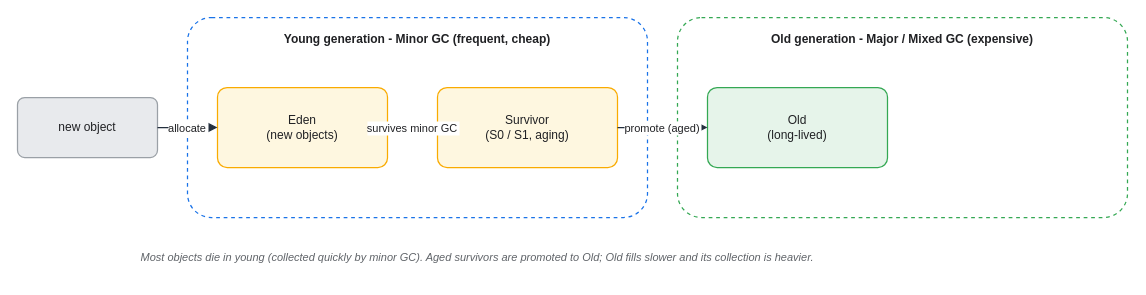
The draw.io diagram assets/img/jvm/jvm-07-gc-generational.drawio in KKamJi98/kkamji98.github.io, before the edit. Source tidied: cells renumbered, new cells numbered last; positions are measured from the earlier drawing's top-left corner, leaving out a move shared by most shapes. Both pictures are drawn from the tidied source at 100%, with x=0, y=0 at pixel (17, 17).
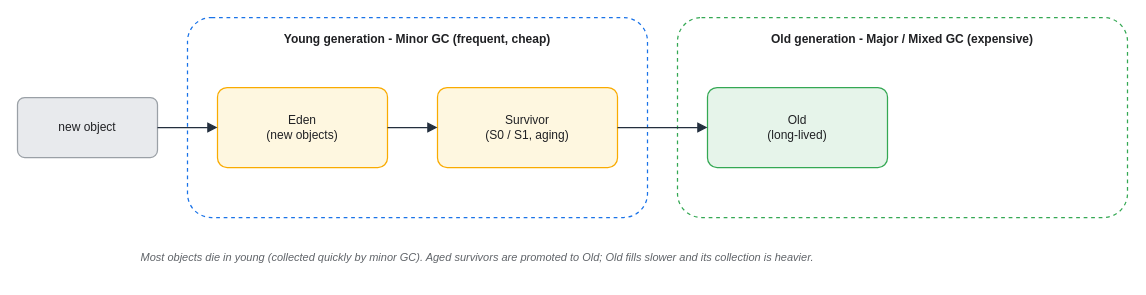
The same diagram, later.

What changed in the source:
```diff
@@
 <mxGraphModel background="#FFFFFF">
   <root>
     <mxCell id="0" />
     <mxCell id="1" parent="0" />
     <mxCell id="2" value="Young generation  -  Minor GC (frequent, cheap)" style="rounded=1;whiteSpace=wrap;html=0;arcSize=12;shadow=0;fillColor=#FFFFFF;strokeColor=#1A73E8;fontColor=#202124;fontStyle=1;verticalAlign=top;align=center;dashed=1;spacingTop=8;strokeWidth=1.25;" parent="1" vertex="1">
       <mxGeometry x="170" width="460" height="200" as="geometry" />
     </mxCell>
     <mxCell id="3" value="Old generation  -  Major / Mixed GC (expensive)" style="rounded=1;whiteSpace=wrap;html=0;arcSize=12;shadow=0;fillColor=#FFFFFF;strokeColor=#34A853;fontColor=#202124;fontStyle=1;verticalAlign=top;align=center;dashed=1;spacingTop=8;strokeWidth=1.25;" parent="1" vertex="1">
       <mxGeometry x="660" width="450" height="200" as="geometry" />
     </mxCell>
     <mxCell id="4" value="new object" style="rounded=1;whiteSpace=wrap;html=0;arcSize=12;shadow=0;fillColor=#E8EAED;strokeColor=#9AA0A6;fontColor=#202124;strokeWidth=1.25;" parent="1" vertex="1">
       <mxGeometry y="80" width="140" height="60" as="geometry" />
     </mxCell>
     <mxCell id="5" value="Eden&#10;(new objects)" style="rounded=1;whiteSpace=wrap;html=0;arcSize=12;shadow=0;fillColor=#FEF7E0;strokeColor=#F9AB00;fontColor=#202124;strokeWidth=1.25;" parent="1" vertex="1">
       <mxGeometry x="200" y="70" width="170" height="80" as="geometry" />
     </mxCell>
     <mxCell id="6" value="Survivor&#10;(S0 / S1, aging)" style="rounded=1;whiteSpace=wrap;html=0;arcSize=12;shadow=0;fillColor=#FEF7E0;strokeColor=#F9AB00;fontColor=#202124;strokeWidth=1.25;" parent="1" vertex="1">
       <mxGeometry x="420" y="70" width="180" height="80" as="geometry" />
     </mxCell>
     <mxCell id="7" value="Old&#10;(long-lived)" style="rounded=1;whiteSpace=wrap;html=0;arcSize=12;shadow=0;fillColor=#E6F4EA;strokeColor=#34A853;fontColor=#202124;strokeWidth=1.25;" parent="1" vertex="1">
       <mxGeometry x="690" y="70" width="180" height="80" as="geometry" />
     </mxCell>
     <mxCell id="8" value="Most objects die in young (collected quickly by minor GC). Aged survivors are promoted to Old; Old fills slower and its collection is heavier." style="text;html=0;align=center;verticalAlign=middle;whiteSpace=wrap;fontSize=11;fontColor=#5F6368;fontStyle=2;" parent="1" vertex="1">
       <mxGeometry x="20" y="220" width="880" height="40" as="geometry" />
     </mxCell>
-    <mxCell id="9" value="allocate" style="edgeStyle=orthogonalEdgeStyle;rounded=1;html=0;fontColor=#202124;strokeColor=#232F3E;labelBackgroundColor=#FFFFFF;endArrow=block;exitX=1;exitY=0.5;exitDx=0;exitDy=0;entryX=0;entryY=0.5;entryDx=0;entryDy=0;strokeWidth=1.25;endSize=7;" parent="1" edge="1" source="4" target="5">
+    <mxCell id="9" style="edgeStyle=orthogonalEdgeStyle;rounded=1;html=0;fontColor=#202124;strokeColor=#232F3E;labelBackgroundColor=none;endArrow=block;exitX=1;exitY=0.5;exitDx=0;exitDy=0;entryX=0;entryY=0.5;entryDx=0;entryDy=0;strokeWidth=1.25;endSize=7;" parent="1" edge="1" source="4" target="5">
       <mxGeometry relative="1" as="geometry" />
     </mxCell>
-    <mxCell id="10" value="survives minor GC" style="edgeStyle=orthogonalEdgeStyle;rounded=1;html=0;fontColor=#202124;strokeColor=#232F3E;labelBackgroundColor=#FFFFFF;endArrow=block;exitX=1;exitY=0.5;exitDx=0;exitDy=0;entryX=0;entryY=0.5;entryDx=0;entryDy=0;strokeWidth=1.25;endSize=7;" parent="1" edge="1" source="5" target="6">
+    <mxCell id="10" style="edgeStyle=orthogonalEdgeStyle;rounded=1;html=0;fontColor=#202124;strokeColor=#232F3E;labelBackgroundColor=none;endArrow=block;exitX=1;exitY=0.5;exitDx=0;exitDy=0;entryX=0;entryY=0.5;entryDx=0;entryDy=0;strokeWidth=1.25;endSize=7;" parent="1" edge="1" source="5" target="6">
       <mxGeometry relative="1" as="geometry" />
     </mxCell>
-    <mxCell id="11" value="promote (aged)" style="edgeStyle=orthogonalEdgeStyle;rounded=1;html=0;fontColor=#202124;strokeColor=#232F3E;labelBackgroundColor=#FFFFFF;endArrow=block;exitX=1;exitY=0.5;exitDx=0;exitDy=0;entryX=0;entryY=0.5;entryDx=0;entryDy=0;strokeWidth=1.25;endSize=7;" parent="1" edge="1" source="6" target="7">
+    <mxCell id="11" style="edgeStyle=orthogonalEdgeStyle;rounded=1;html=0;fontColor=#202124;strokeColor=#232F3E;labelBackgroundColor=none;endArrow=block;exitX=1;exitY=0.5;exitDx=0;exitDy=0;entryX=0;entryY=0.5;entryDx=0;entryDy=0;strokeWidth=1.25;endSize=7;" parent="1" edge="1" source="6" target="7">
       <mxGeometry relative="1" as="geometry" />
     </mxCell>
   </root>
 </mxGraphModel>
```
